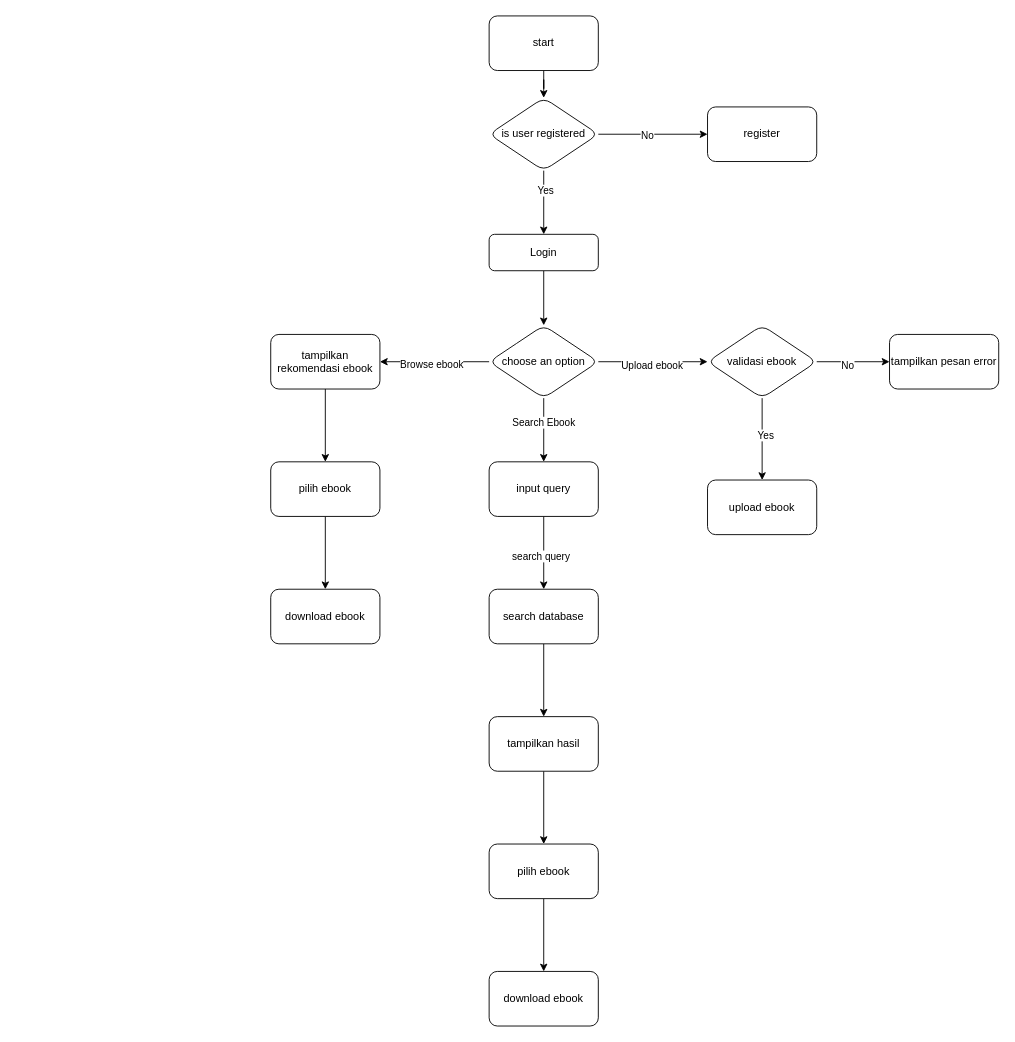
Earlier version of the draw.io diagram flowchart_psbf.drawio (zaenal-abidin-syah/diagram). Source tidied: cells renumbered, new cells numbered last; positions are measured from the earlier drawing's top-left corner, leaving out a move shared by most shapes. Both pictures are drawn from the tidied source at 91%, with x=0, y=0 at pixel (270, 15).
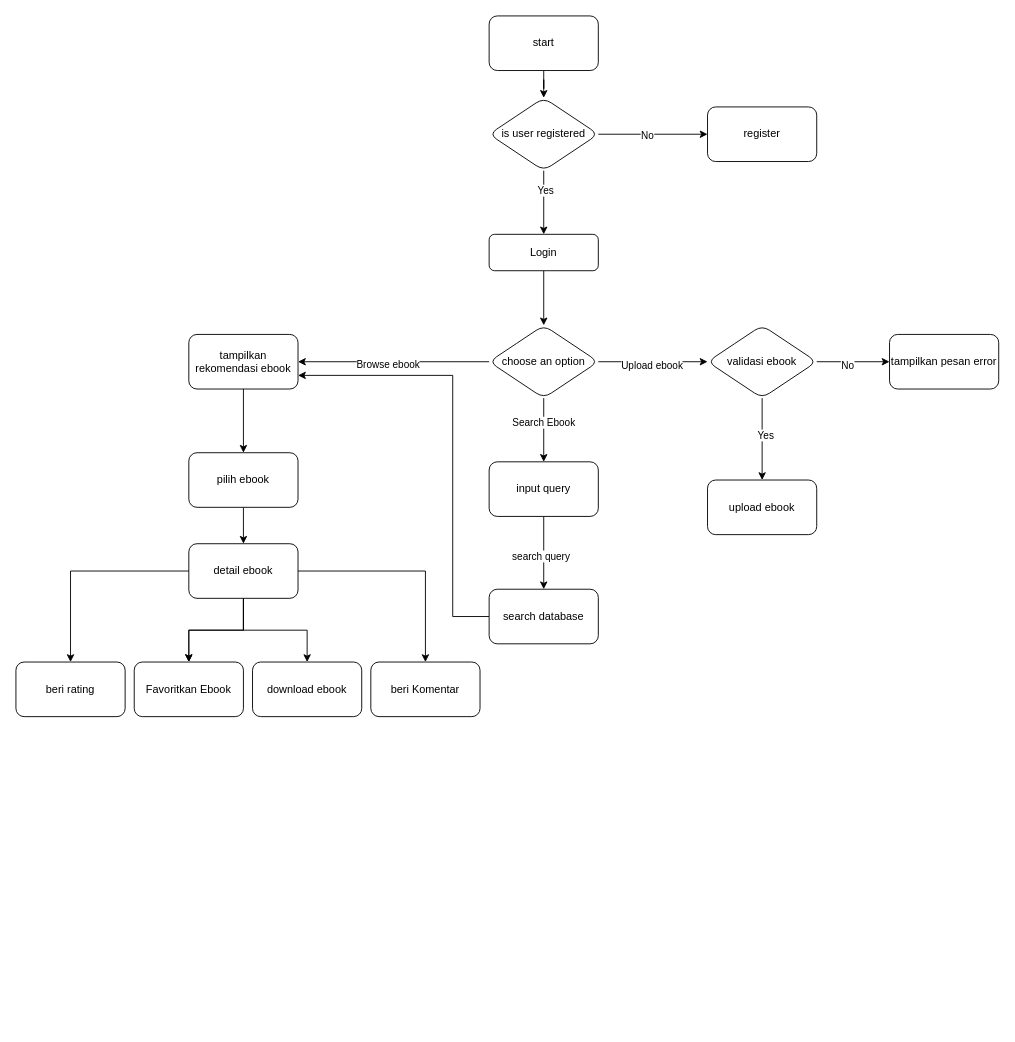
The same diagram, later.

The change refers to these unchanged cells:
```xml
<mxCell id="28" value="search database" style="whiteSpace=wrap;html=1;rounded=1;" parent="1" vertex="1">
  <mxGeometry x="240" y="630" width="120" height="60" as="geometry" />
</mxCell>
```

What changed in the source:
```diff
@@
+    <mxCell id="41" style="edgeStyle=orthogonalEdgeStyle;rounded=0;jettySize=auto;html=1;exitX=0.5;exitY=1;exitDx=0;exitDy=0;" parent="1" edge="1" source="25" target="46">
+      <mxGeometry relative="1" as="geometry" />
+    </mxCell>
     <mxCell id="23" value="tampilkan rekomendasi ebook" style="whiteSpace=wrap;html=1;rounded=1;" parent="1" vertex="1">
-      <mxGeometry y="350" width="120" height="60" as="geometry" />
+      <mxGeometry x="-90" y="350" width="120" height="60" as="geometry" />
     </mxCell>
-    <mxCell id="24" style="edgeStyle=orthogonalEdgeStyle;rounded=0;jettySize=auto;html=1;" parent="1" edge="1" source="25" target="26">
+    <mxCell id="24" style="edgeStyle=orthogonalEdgeStyle;rounded=0;jettySize=auto;html=1;exitX=0.5;exitY=1;exitDx=0;exitDy=0;" parent="1" edge="1" source="46" target="26">
       <mxGeometry relative="1" as="geometry" />
     </mxCell>
     <mxCell id="25" value="pilih ebook" style="whiteSpace=wrap;html=1;rounded=1;" parent="1" vertex="1">
-      <mxGeometry y="490" width="120" height="60" as="geometry" />
+      <mxGeometry x="-90" y="480" width="120" height="60" as="geometry" />
     </mxCell>
     <mxCell id="26" value="download ebook" style="whiteSpace=wrap;html=1;rounded=1;" parent="1" vertex="1">
-      <mxGeometry y="630" width="120" height="60" as="geometry" />
+      <mxGeometry x="-20" y="710" width="120" height="60" as="geometry" />
     </mxCell>
-    <mxCell id="27" style="edgeStyle=orthogonalEdgeStyle;rounded=0;jettySize=auto;html=1;" parent="1" edge="1" source="28" target="30">
-      <mxGeometry relative="1" as="geometry" />
-    </mxCell>
+    <mxCell id="42" style="edgeStyle=orthogonalEdgeStyle;rounded=0;jettySize=auto;html=1;entryX=1;entryY=0.75;entryDx=0;entryDy=0;" parent="1" edge="1" source="28" target="23">
+      <mxGeometry relative="1" as="geometry">
+        <Array as="points">
+          <mxPoint x="200" y="660" />
+          <mxPoint x="200" y="395" />
+        </Array>
+      </mxGeometry>
+    </mxCell>
@@
-    <mxCell id="29" style="edgeStyle=orthogonalEdgeStyle;rounded=0;jettySize=auto;html=1;" parent="1" edge="1" source="30" target="32">
-      <mxGeometry relative="1" as="geometry" />
-    </mxCell>
-    <mxCell id="30" value="tampilkan hasil" style="whiteSpace=wrap;html=1;rounded=1;" parent="1" vertex="1">
-      <mxGeometry x="240" y="770" width="120" height="60" as="geometry" />
-    </mxCell>
-    <mxCell id="31" style="edgeStyle=orthogonalEdgeStyle;rounded=0;jettySize=auto;html=1;" parent="1" edge="1" source="32" target="33">
-      <mxGeometry relative="1" as="geometry" />
-    </mxCell>
-    <mxCell id="32" value="pilih ebook" style="whiteSpace=wrap;html=1;rounded=1;" parent="1" vertex="1">
-      <mxGeometry x="240" y="910" width="120" height="60" as="geometry" />
-    </mxCell>
-    <mxCell id="33" value="download ebook" style="whiteSpace=wrap;html=1;rounded=1;" parent="1" vertex="1">
-      <mxGeometry x="240" y="1050" width="120" height="60" as="geometry" />
-    </mxCell>
@@
+    <mxCell id="43" style="edgeStyle=orthogonalEdgeStyle;rounded=0;jettySize=auto;html=1;" parent="1" edge="1" source="46" target="47">
+      <mxGeometry relative="1" as="geometry" />
+    </mxCell>
+    <mxCell id="44" style="edgeStyle=orthogonalEdgeStyle;rounded=0;jettySize=auto;html=1;" parent="1" edge="1" source="46" target="48">
+      <mxGeometry relative="1" as="geometry" />
+    </mxCell>
+    <mxCell id="45" style="edgeStyle=orthogonalEdgeStyle;rounded=0;jettySize=auto;html=1;" parent="1" edge="1" source="46" target="47">
+      <mxGeometry relative="1" as="geometry" />
+    </mxCell>
+    <mxCell id="46" value="detail ebook" style="whiteSpace=wrap;html=1;rounded=1;" parent="1" vertex="1">
+      <mxGeometry x="-90" y="580" width="120" height="60" as="geometry" />
+    </mxCell>
+    <mxCell id="47" value="Favoritkan Ebook" style="whiteSpace=wrap;html=1;rounded=1;" parent="1" vertex="1">
+      <mxGeometry x="-150" y="710" width="120" height="60" as="geometry" />
+    </mxCell>
+    <mxCell id="48" value="beri Komentar" style="whiteSpace=wrap;html=1;rounded=1;" parent="1" vertex="1">
+      <mxGeometry x="110" y="710" width="120" height="60" as="geometry" />
+    </mxCell>
+    <mxCell id="49" value="beri rating" style="whiteSpace=wrap;html=1;rounded=1;" parent="1" vertex="1">
+      <mxGeometry x="-280" y="710" width="120" height="60" as="geometry" />
+    </mxCell>
+    <mxCell id="50" style="edgeStyle=orthogonalEdgeStyle;rounded=0;jettySize=auto;html=1;exitX=0;exitY=0.5;exitDx=0;exitDy=0;entryX=0.5;entryY=0;entryDx=0;entryDy=0;" parent="1" edge="1" source="46" target="49">
+      <mxGeometry relative="1" as="geometry" />
+    </mxCell>
```
